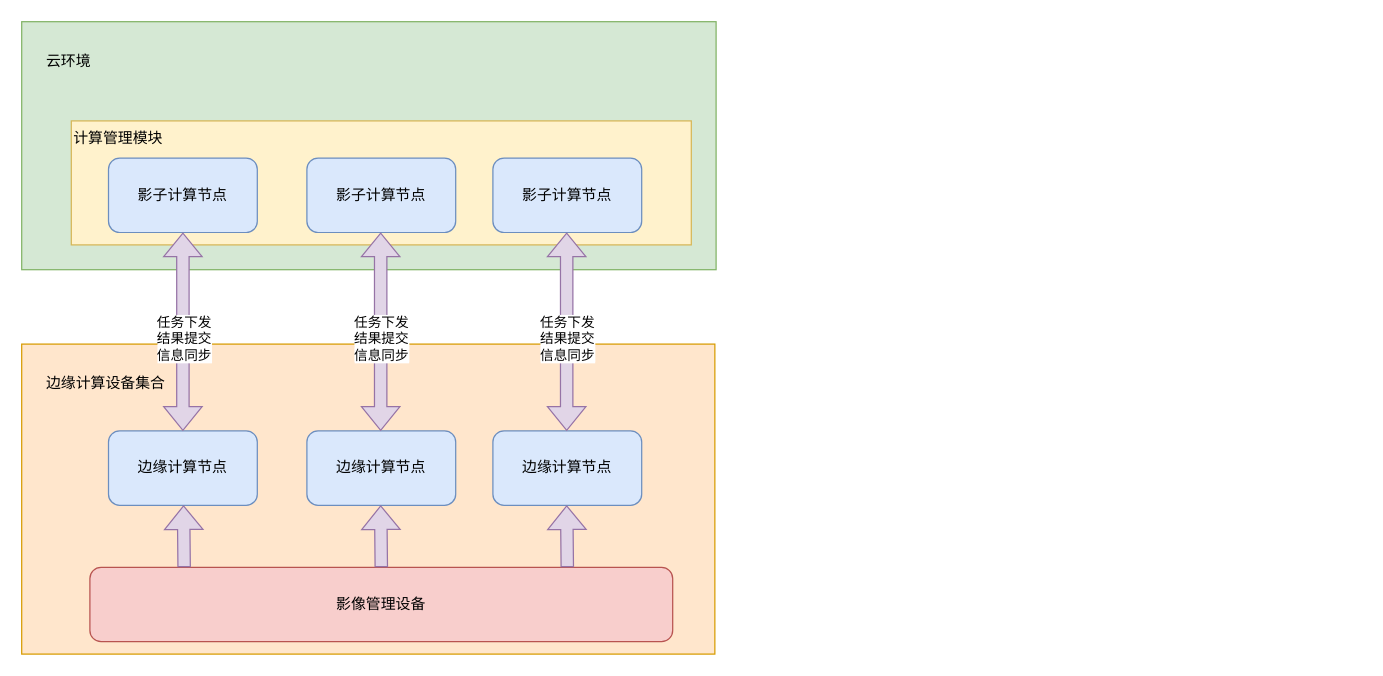
Before: 计算流程.drawio in dforel/dforel, a draw.io diagram. Source tidied: cells renumbered, new cells numbered last; positions are measured from the earlier drawing's top-left corner, leaving out a move shared by most shapes. Both pictures are drawn from the tidied source at 124%, with x=0, y=0 at pixel (21, 21).
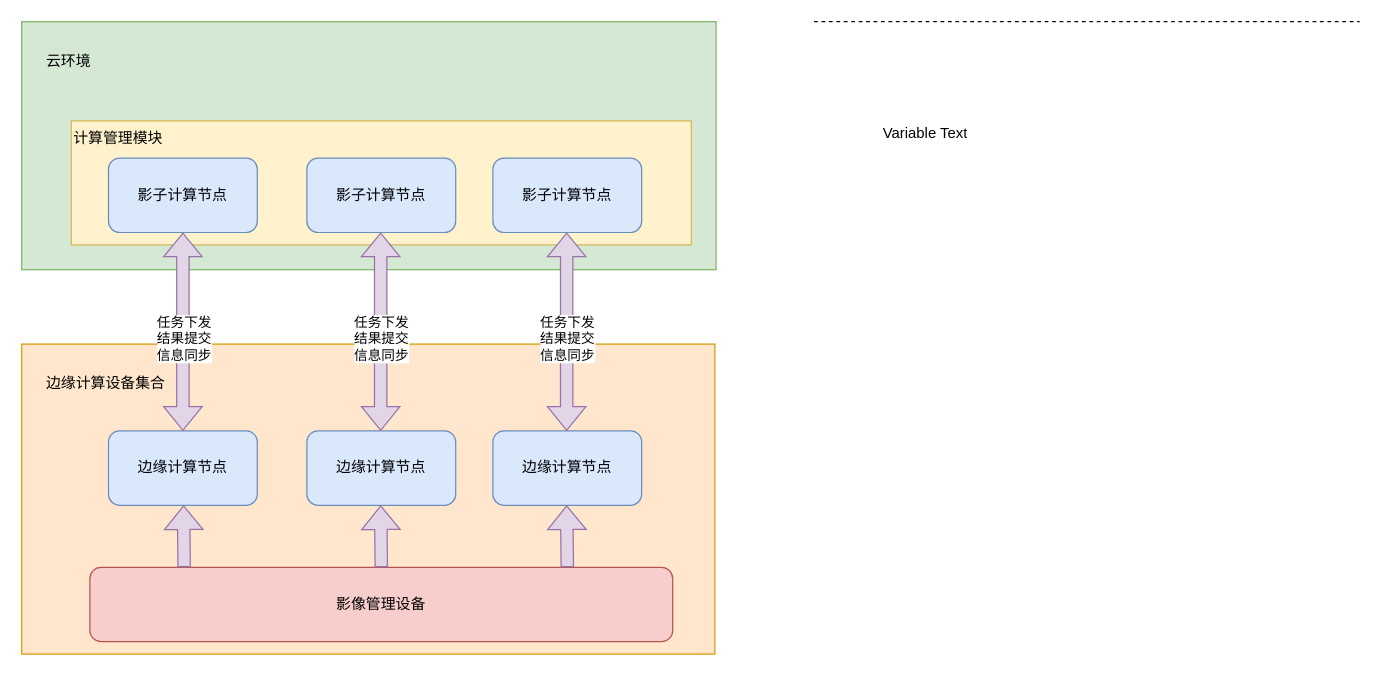
The same page after the edit.

Commit message (it also covers changes not shown here):
更新计算流程.drawio

Diff of the diagram source:
```diff
@@
+    <mxCell id="21" style="endArrow=none;dashed=1;html=1;rounded=0;" parent="1" edge="1">
+      <mxGeometry relative="1" as="geometry">
+        <mxPoint x="639" as="sourcePoint" />
+        <mxPoint x="1079" as="targetPoint" />
+      </mxGeometry>
+    </mxCell>
+    <object id="22" label="%name% Text" name="Variable" placeholders="1">
+      <mxCell style="text;html=1;strokeColor=none;fillColor=none;align=center;verticalAlign=middle;whiteSpace=wrap;overflow=hidden;" parent="1" vertex="1">
+        <mxGeometry x="689" y="80" width="80" height="20" as="geometry" />
+      </mxCell>
+    </object>
```
